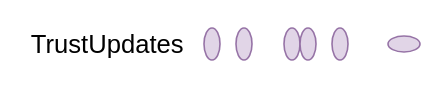
The draw.io diagram TrustUpdate Flow.drawio in astralblue/diagrams, before the edit. Source tidied: cells renumbered, new cells numbered last; positions are measured from the earlier drawing's top-left corner, leaving out a move shared by most shapes. Both pictures are drawn from the tidied source at 160%, with x=0, y=0 at pixel (27, 27).
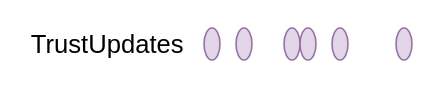
Above is the later version.

The edit, as a diff of the source:
```diff
@@
 <mxGraphModel>
   <root>
     <mxCell id="0" />
     <mxCell id="1" parent="0" />
     <mxCell id="2" value="TrustUpdates" style="text;html=1;align=center;verticalAlign=middle;whiteSpace=wrap;rounded=0;fontSize=16;" parent="1" vertex="1">
       <mxGeometry width="100" height="20" as="geometry" />
     </mxCell>
     <mxCell id="3" style="ellipse;whiteSpace=wrap;html=1;fillColor=#e1d5e7;strokeColor=#9673a6;" parent="1" vertex="1">
       <mxGeometry x="110" width="10" height="20" as="geometry" />
     </mxCell>
     <mxCell id="4" style="ellipse;whiteSpace=wrap;html=1;fillColor=#e1d5e7;strokeColor=#9673a6;" parent="1" vertex="1">
       <mxGeometry x="130" width="10" height="20" as="geometry" />
     </mxCell>
     <mxCell id="5" style="ellipse;whiteSpace=wrap;html=1;fillColor=#e1d5e7;strokeColor=#9673a6;" parent="1" vertex="1">
       <mxGeometry x="160" width="10" height="20" as="geometry" />
     </mxCell>
     <mxCell id="6" style="ellipse;whiteSpace=wrap;html=1;fillColor=#e1d5e7;strokeColor=#9673a6;" parent="1" vertex="1">
       <mxGeometry x="170" width="10" height="20" as="geometry" />
     </mxCell>
     <mxCell id="7" style="ellipse;whiteSpace=wrap;html=1;fillColor=#e1d5e7;strokeColor=#9673a6;" parent="1" vertex="1">
       <mxGeometry x="190" width="10" height="20" as="geometry" />
     </mxCell>
-    <mxCell id="8" style="ellipse;whiteSpace=wrap;html=1;fillColor=#e1d5e7;strokeColor=#9673a6;direction=south;" parent="1" vertex="1">
-      <mxGeometry x="225" y="5" width="20" height="10" as="geometry" />
+    <mxCell id="8" style="ellipse;whiteSpace=wrap;html=1;fillColor=#e1d5e7;strokeColor=#9673a6;" parent="1" vertex="1">
+      <mxGeometry x="230" width="10" height="20" as="geometry" />
     </mxCell>
   </root>
 </mxGraphModel>
```
